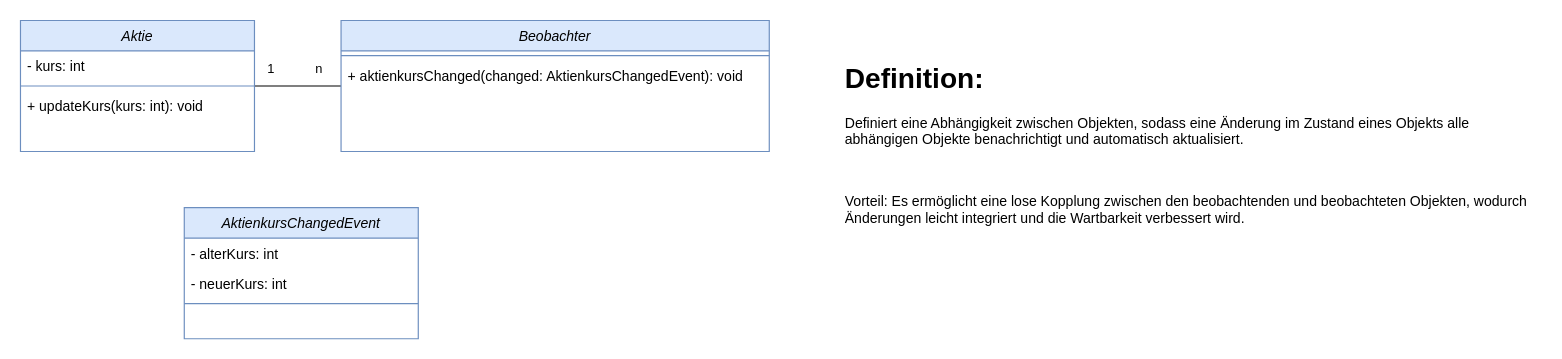
Earlier version of the draw.io diagram page "Observer" (9 of 10) of src/main/java/de/schulung/entwurfsmuster/diagram.drawio (NetzkroneHD/Schulung-Entwurfsmuster). Source tidied: cells renumbered, new cells numbered last; positions are measured from the earlier drawing's top-left corner, leaving out a move shared by most shapes. Both pictures are drawn from the tidied source at 117%, with x=0, y=0 at pixel (20, 20).
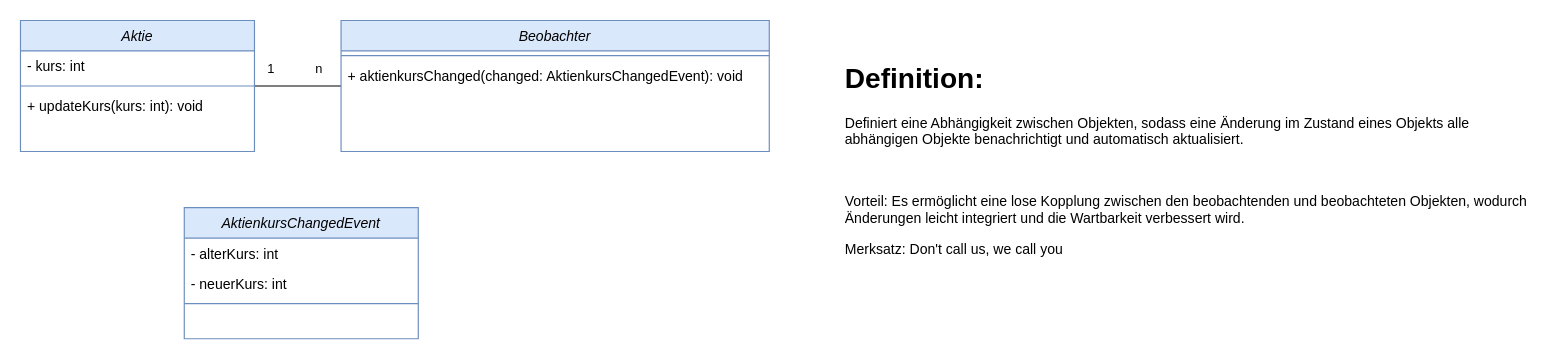
The same diagram, later.

The edit, as a diff of the source:
```diff
@@
 <mxGraphModel>
   <root>
     <mxCell id="0" />
     <mxCell id="1" parent="0" />
     <mxCell id="2" style="edgeStyle=orthogonalEdgeStyle;rounded=0;jettySize=auto;html=1;endArrow=none;endFill=0;" parent="1" edge="1" source="5" target="13">
       <mxGeometry relative="1" as="geometry" />
     </mxCell>
     <mxCell id="3" value="1" style="edgeLabel;html=1;align=center;verticalAlign=middle;" parent="2" vertex="1">
       <mxGeometry x="-0.65" y="2" relative="1" as="geometry">
         <mxPoint y="-14" as="offset" />
       </mxGeometry>
     </mxCell>
     <mxCell id="4" value="n" style="edgeLabel;html=1;align=center;verticalAlign=middle;" parent="2" vertex="1">
       <mxGeometry x="0.46" y="1" relative="1" as="geometry">
         <mxPoint y="-15" as="offset" />
       </mxGeometry>
     </mxCell>
     <mxCell id="5" value="Aktie" style="swimlane;fontStyle=2;align=center;verticalAlign=top;horizontal=1;startSize=26;rounded=0;shadow=0;strokeWidth=1;fillColor=#dae8fc;strokeColor=#6c8ebf;" parent="1" vertex="1">
       <mxGeometry width="200" height="112" as="geometry" />
     </mxCell>
     <mxCell id="6" value="- kurs: int" style="text;align=left;verticalAlign=top;spacingLeft=4;spacingRight=4;overflow=hidden;rounded=0;shadow=0;html=0;" parent="5" vertex="1">
       <mxGeometry y="26" width="200" height="26" as="geometry" />
     </mxCell>
     <mxCell id="7" style="line;html=1;strokeWidth=1;align=left;verticalAlign=middle;spacingTop=-1;spacingLeft=3;spacingRight=3;labelPosition=right;fillColor=#dae8fc;strokeColor=#6c8ebf;" parent="5" vertex="1">
       <mxGeometry y="52" width="200" height="8" as="geometry" />
     </mxCell>
     <mxCell id="8" value="+ updateKurs(kurs: int): void" style="text;align=left;verticalAlign=top;spacingLeft=4;spacingRight=4;overflow=hidden;" parent="5" vertex="1">
       <mxGeometry y="60" width="200" height="26" as="geometry" />
     </mxCell>
     <mxCell id="9" value="AktienkursChangedEvent" style="swimlane;fontStyle=2;align=center;verticalAlign=top;horizontal=1;startSize=26;rounded=0;shadow=0;strokeWidth=1;fillColor=#dae8fc;strokeColor=#6c8ebf;" parent="1" vertex="1">
       <mxGeometry x="140" y="160" width="200" height="112" as="geometry" />
     </mxCell>
     <mxCell id="10" value="- alterKurs: int" style="text;align=left;verticalAlign=top;spacingLeft=4;spacingRight=4;overflow=hidden;rounded=0;shadow=0;html=0;" parent="9" vertex="1">
       <mxGeometry y="26" width="200" height="26" as="geometry" />
     </mxCell>
     <mxCell id="11" value="- neuerKurs: int" style="text;align=left;verticalAlign=top;spacingLeft=4;spacingRight=4;overflow=hidden;rounded=0;shadow=0;html=0;" parent="9" vertex="1">
       <mxGeometry y="52" width="200" height="26" as="geometry" />
     </mxCell>
     <mxCell id="12" style="line;html=1;strokeWidth=1;align=left;verticalAlign=middle;spacingTop=-1;spacingLeft=3;spacingRight=3;labelPosition=right;fillColor=#dae8fc;strokeColor=#6c8ebf;" parent="9" vertex="1">
       <mxGeometry y="78" width="200" height="8" as="geometry" />
     </mxCell>
     <mxCell id="13" value="Beobachter" style="swimlane;fontStyle=2;align=center;verticalAlign=top;horizontal=1;startSize=26;rounded=0;shadow=0;strokeWidth=1;fillColor=#dae8fc;strokeColor=#6c8ebf;" parent="1" vertex="1">
       <mxGeometry x="274" width="366" height="112" as="geometry" />
     </mxCell>
     <mxCell id="14" style="line;html=1;strokeWidth=1;align=left;verticalAlign=middle;spacingTop=-1;spacingLeft=3;spacingRight=3;labelPosition=right;fillColor=#dae8fc;strokeColor=#6c8ebf;" parent="13" vertex="1">
       <mxGeometry y="26" width="366" height="8" as="geometry" />
     </mxCell>
     <mxCell id="15" value="+ aktienkursChanged(changed: AktienkursChangedEvent): void" style="text;align=left;verticalAlign=top;spacingLeft=4;spacingRight=4;overflow=hidden;" parent="13" vertex="1">
       <mxGeometry y="34" width="366" height="26" as="geometry" />
     </mxCell>
-    <mxCell id="16" value="&lt;h1&gt;Definition:&lt;/h1&gt;&lt;p&gt;Definiert eine Abhängigkeit zwischen Objekten, sodass eine Änderung im Zustand eines Objekts alle abhängigen Objekte benachrichtigt und automatisch aktualisiert.&lt;/p&gt;&lt;p&gt;&lt;span style=&quot;background-color: initial;&quot;&gt;&lt;br&gt;&lt;/span&gt;&lt;/p&gt;&lt;p&gt;&lt;span style=&quot;background-color: initial;&quot;&gt;Vorteil: Es ermöglicht eine lose Kopplung zwischen den beobachtenden und beobachteten Objekten, wodurch Änderungen leicht integriert und die Wartbarkeit verbessert wird.&lt;/span&gt;&lt;/p&gt;" style="text;html=1;strokeColor=none;fillColor=none;spacing=5;spacingTop=-20;whiteSpace=wrap;overflow=hidden;rounded=0;" parent="1" vertex="1">
+    <mxCell id="16" value="&lt;h1&gt;Definition:&lt;/h1&gt;&lt;p&gt;Definiert eine Abhängigkeit zwischen Objekten, sodass eine Änderung im Zustand eines Objekts alle abhängigen Objekte benachrichtigt und automatisch aktualisiert.&lt;/p&gt;&lt;p&gt;&lt;span style=&quot;background-color: initial;&quot;&gt;&lt;br&gt;&lt;/span&gt;&lt;/p&gt;&lt;p&gt;&lt;span style=&quot;background-color: initial;&quot;&gt;Vorteil: Es ermöglicht eine lose Kopplung zwischen den beobachtenden und beobachteten Objekten, wodurch Änderungen leicht integriert und die Wartbarkeit verbessert wird.&lt;/span&gt;&lt;/p&gt;&lt;p&gt;Merksatz: Don't call us, we call you&lt;/p&gt;" style="text;html=1;strokeColor=none;fillColor=none;spacing=5;spacingTop=-20;whiteSpace=wrap;overflow=hidden;rounded=0;" parent="1" vertex="1">
       <mxGeometry x="700" y="30" width="600" height="200" as="geometry" />
     </mxCell>
   </root>
 </mxGraphModel>
```
